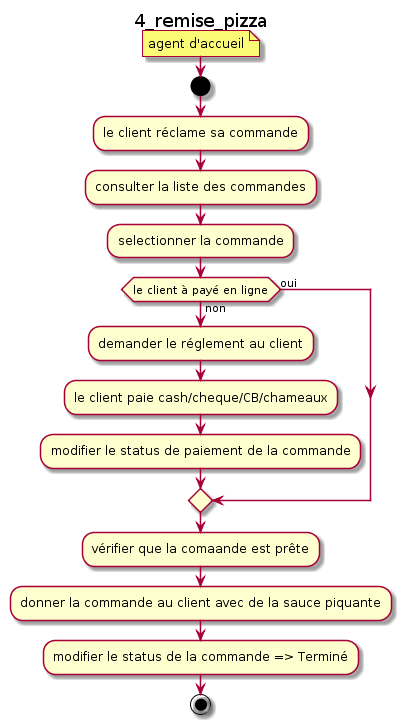
This is doc/img/4_remise_pizza.png from Zepmanbc/oc_dapython_pr4, a PlantUML export, as it was before one commit. Source of this version:
```plantuml
@startuml

title 4_remise_pizza

note: agent d'accueil

start

:le client réclame sa commande;

:consulter la liste des commandes;

:selectionner la commande;

if (le client à payé en ligne) then (oui)

else (non)
    :demander le réglement au client;
    :le client paie cash/cheque/CB/chameaux;
    :modifier le status de paiement de la commande;
endif
:vérifier que la comaande est prête;
:donner la commande au client avec de la sauce piquante;
:modifier le status de la commande => Terminé;
stop

@enduml
```
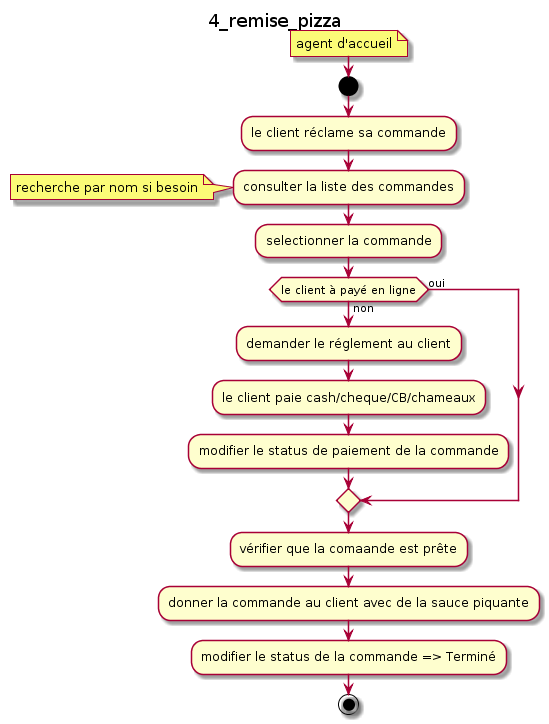
Above is the later version.

Change to the diagram source:
```diff
@@ -9,7 +9,7 @@
 :le client réclame sa commande;
 
 :consulter la liste des commandes;
-
+note: recherche par nom si besoin
 :selectionner la commande;
 
 if (le client à payé en ligne) then (oui)
```
